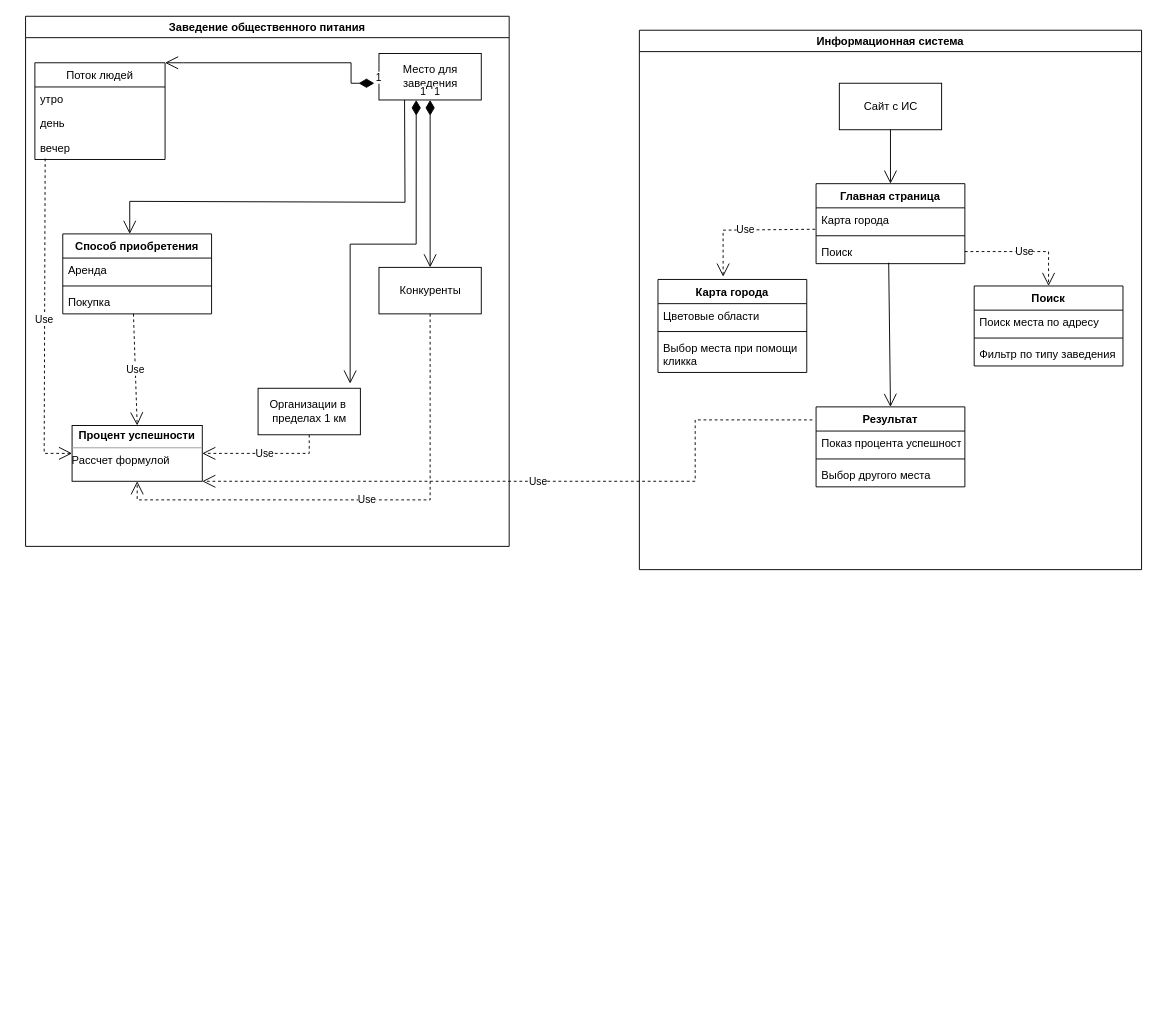
Above: Модель предметной области.drawio in elmirhismatov/Diplom (draw.io), before the change. Source tidied: cells renumbered, new cells numbered last; positions are measured from the earlier drawing's top-left corner, leaving out a move shared by most shapes. Both pictures are drawn from the tidied source at 93%, with x=0, y=0 at pixel (25, 16).
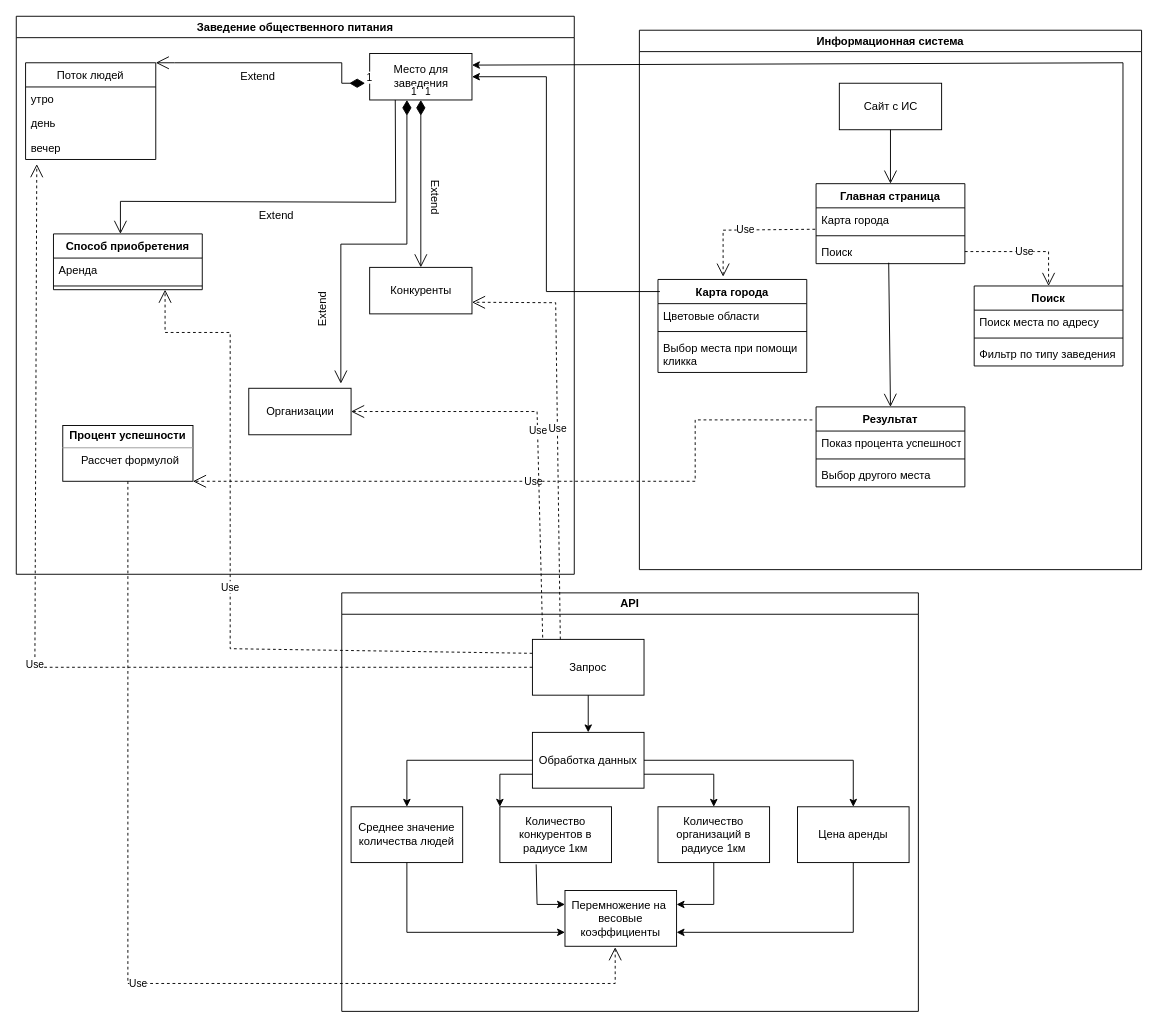
The same diagram, later.

The change refers to these unchanged cells:
```xml
<mxCell id="3" value="Место для &lt;br&gt;заведения" style="html=1;" parent="2" vertex="1">
  <mxGeometry x="380" y="40" width="110" height="50" as="geometry" />
</mxCell>
<mxCell id="7" value="вечер" style="text;strokeColor=none;fillColor=none;align=left;verticalAlign=top;spacingLeft=4;spacingRight=4;overflow=hidden;points=[[0,0.5],[1,0.5]];portConstraint=eastwest;" parent="4" vertex="1">
  <mxGeometry y="78" width="140" height="26" as="geometry" />
</mxCell>
<mxCell id="14" value="Конкуренты" style="html=1;" parent="2" vertex="1">
  <mxGeometry x="380" y="270" width="110" height="50" as="geometry" />
</mxCell>
<mxCell id="29" value="Карта города" style="swimlane;fontStyle=1;align=center;verticalAlign=top;horizontal=1;startSize=26;" parent="23" vertex="1">
  <mxGeometry x="20" y="268" width="160" height="100" as="geometry" />
</mxCell>
<mxCell id="33" value="Поиск" style="swimlane;fontStyle=1;align=center;verticalAlign=top;horizontal=1;startSize=26;" parent="23" vertex="1">
  <mxGeometry x="360" y="275" width="160" height="86" as="geometry" />
</mxCell>
```

Change to the diagram source:
```diff
@@
     <mxCell id="2" value="Заведение общественного питания" style="swimlane;fillColor=#FFFFFF;" parent="1" vertex="1">
-      <mxGeometry width="520" height="570" as="geometry" />
+      <mxGeometry x="-10" width="600" height="600" as="geometry" />
     </mxCell>
@@
     <mxCell id="8" value="Способ приобретения" style="swimlane;fontStyle=1;align=center;verticalAlign=top;horizontal=1;startSize=26;" parent="2" vertex="1">
-      <mxGeometry x="40" y="234" width="160" height="86" as="geometry" />
+      <mxGeometry x="40" y="234" width="160" height="60" as="geometry" />
     </mxCell>
@@
-    <mxCell id="11" value="Покупка" style="text;strokeColor=none;fillColor=none;align=left;verticalAlign=top;spacingLeft=4;spacingRight=4;overflow=hidden;points=[[0,0.5],[1,0.5]];portConstraint=eastwest;" parent="8" vertex="1">
-      <mxGeometry y="60" width="160" height="26" as="geometry" />
-    </mxCell>
@@
-    <mxCell id="16" value="Организации в&amp;nbsp;&lt;br&gt;пределах 1 км" style="html=1;" parent="2" vertex="1">
+    <mxCell id="16" value="Организации" style="html=1;" parent="2" vertex="1">
       <mxGeometry x="250" y="400" width="110" height="50" as="geometry" />
     </mxCell>
@@
-    <mxCell id="18" value="&lt;p style=&quot;margin:0px;margin-top:4px;text-align:center;&quot;&gt;&lt;b&gt;Процент успешности&lt;/b&gt;&lt;/p&gt;&lt;hr size=&quot;1&quot;&gt;&lt;div style=&quot;height:2px;&quot;&gt;Рассчет формулой&lt;/div&gt;" style="verticalAlign=top;align=left;overflow=fill;fontSize=12;fontFamily=Helvetica;html=1;" parent="2" vertex="1">
+    <mxCell id="18" value="&lt;p style=&quot;margin:0px;margin-top:4px;text-align:center;&quot;&gt;&lt;b&gt;Процент успешности&lt;/b&gt;&lt;/p&gt;&lt;hr size=&quot;1&quot;&gt;&lt;div style=&quot;height:2px;&quot;&gt;&amp;nbsp; &amp;nbsp; &amp;nbsp; Рассчет формулой&lt;/div&gt;" style="verticalAlign=top;align=left;overflow=fill;fontSize=12;fontFamily=Helvetica;html=1;" parent="2" vertex="1">
       <mxGeometry x="50" y="440" width="140" height="60" as="geometry" />
     </mxCell>
-    <mxCell id="19" value="Use" style="endArrow=open;endSize=12;dashed=1;html=1;rounded=0;entryX=1;entryY=0.5;entryDx=0;entryDy=0;exitX=0.5;exitY=1;exitDx=0;exitDy=0;" parent="2" edge="1" source="16" target="18">
-      <mxGeometry relative="1" as="geometry">
-        <Array as="points">
-          <mxPoint x="305" y="470" />
-        </Array>
-      </mxGeometry>
-    </mxCell>
-    <mxCell id="20" value="Use" style="endArrow=open;endSize=12;dashed=1;html=1;rounded=0;exitX=0.5;exitY=1;exitDx=0;exitDy=0;entryX=0.5;entryY=1;entryDx=0;entryDy=0;" parent="2" edge="1" source="14" target="18">
-      <mxGeometry relative="1" as="geometry">
-        <Array as="points">
-          <mxPoint x="435" y="520" />
-          <mxPoint x="120" y="520" />
-        </Array>
-      </mxGeometry>
-    </mxCell>
-    <mxCell id="21" value="Use" style="endArrow=open;endSize=12;dashed=1;html=1;rounded=0;entryX=0.5;entryY=0;entryDx=0;entryDy=0;exitX=0.475;exitY=1;exitDx=0;exitDy=0;exitPerimeter=0;" parent="2" edge="1" source="11" target="18">
-      <mxGeometry relative="1" as="geometry" />
-    </mxCell>
-    <mxCell id="22" value="Use" style="endArrow=open;endSize=12;dashed=1;html=1;rounded=0;exitX=0.079;exitY=0.962;exitDx=0;exitDy=0;exitPerimeter=0;entryX=0;entryY=0.5;entryDx=0;entryDy=0;" parent="2" edge="1" source="7" target="18">
-      <mxGeometry relative="1" as="geometry">
-        <Array as="points">
-          <mxPoint x="20" y="470" />
-        </Array>
-      </mxGeometry>
-    </mxCell>
+    <mxCell id="46" value="Extend" style="text;html=1;strokeColor=none;fillColor=none;align=center;verticalAlign=middle;whiteSpace=wrap;rounded=0;" parent="2" vertex="1">
+      <mxGeometry x="250" y="200" width="60" height="30" as="geometry" />
+    </mxCell>
+    <mxCell id="47" value="Extend" style="text;html=1;strokeColor=none;fillColor=none;align=center;verticalAlign=middle;whiteSpace=wrap;rounded=0;" parent="2" vertex="1">
+      <mxGeometry x="230" y="50" width="60" height="30" as="geometry" />
+    </mxCell>
+    <mxCell id="48" value="Extend" style="text;html=1;strokeColor=none;fillColor=none;align=center;verticalAlign=middle;whiteSpace=wrap;rounded=0;rotation=-90;" parent="2" vertex="1">
+      <mxGeometry x="300" y="300" width="60" height="30" as="geometry" />
+    </mxCell>
+    <mxCell id="49" value="Extend" style="text;html=1;strokeColor=none;fillColor=none;align=center;verticalAlign=middle;whiteSpace=wrap;rounded=0;rotation=90;" parent="2" vertex="1">
+      <mxGeometry x="420" y="180" width="60" height="30" as="geometry" />
+    </mxCell>
@@
+    <mxCell id="50" style="endArrow=classic;html=1;rounded=0;exitX=0.013;exitY=0.13;exitDx=0;exitDy=0;exitPerimeter=0;entryX=1;entryY=0.5;entryDx=0;entryDy=0;" parent="1" edge="1" source="29" target="3">
+      <mxGeometry relative="1" as="geometry">
+        <Array as="points">
+          <mxPoint x="560" y="296" />
+          <mxPoint x="560" y="65" />
+        </Array>
+      </mxGeometry>
+    </mxCell>
+    <mxCell id="51" style="endArrow=classic;html=1;rounded=0;entryX=1;entryY=0.25;entryDx=0;entryDy=0;exitX=1;exitY=0;exitDx=0;exitDy=0;" parent="1" edge="1" source="33" target="3">
+      <mxGeometry relative="1" as="geometry">
+        <Array as="points">
+          <mxPoint x="1180" y="50" />
+        </Array>
+      </mxGeometry>
+    </mxCell>
+    <mxCell id="52" value="API" style="swimlane;whiteSpace=wrap;html=1;" parent="1" vertex="1">
+      <mxGeometry x="340" y="620" width="620" height="450" as="geometry" />
+    </mxCell>
+    <mxCell id="53" value="Запрос" style="rounded=0;whiteSpace=wrap;html=1;" parent="52" vertex="1">
+      <mxGeometry x="205" y="50" width="120" height="60" as="geometry" />
+    </mxCell>
+    <mxCell id="54" value="Обработка данных" style="rounded=0;whiteSpace=wrap;html=1;" parent="52" vertex="1">
+      <mxGeometry x="205" y="150" width="120" height="60" as="geometry" />
+    </mxCell>
+    <mxCell id="55" style="endArrow=classic;html=1;rounded=0;exitX=0.5;exitY=1;exitDx=0;exitDy=0;entryX=0.5;entryY=0;entryDx=0;entryDy=0;" parent="52" edge="1" source="53" target="54">
+      <mxGeometry relative="1" as="geometry" />
+    </mxCell>
+    <mxCell id="56" value="Среднее значение&lt;br&gt;количества людей" style="rounded=0;whiteSpace=wrap;html=1;" parent="52" vertex="1">
+      <mxGeometry x="10" y="230" width="120" height="60" as="geometry" />
+    </mxCell>
+    <mxCell id="57" value="Цена аренды" style="rounded=0;whiteSpace=wrap;html=1;" parent="52" vertex="1">
+      <mxGeometry x="490" y="230" width="120" height="60" as="geometry" />
+    </mxCell>
+    <mxCell id="58" value="Количество организаций в радиусе 1км" style="rounded=0;whiteSpace=wrap;html=1;" parent="52" vertex="1">
+      <mxGeometry x="340" y="230" width="120" height="60" as="geometry" />
+    </mxCell>
+    <mxCell id="59" value="Количество конкурентов в радиусе 1км" style="rounded=0;whiteSpace=wrap;html=1;" parent="52" vertex="1">
+      <mxGeometry x="170" y="230" width="120" height="60" as="geometry" />
+    </mxCell>
+    <mxCell id="60" style="endArrow=classic;html=1;rounded=0;exitX=0;exitY=0.5;exitDx=0;exitDy=0;entryX=0.5;entryY=0;entryDx=0;entryDy=0;" parent="52" edge="1" source="54" target="56">
+      <mxGeometry relative="1" as="geometry">
+        <Array as="points">
+          <mxPoint x="70" y="180" />
+        </Array>
+      </mxGeometry>
+    </mxCell>
+    <mxCell id="61" style="endArrow=classic;html=1;rounded=0;exitX=0;exitY=0.75;exitDx=0;exitDy=0;entryX=0;entryY=0;entryDx=0;entryDy=0;" parent="52" edge="1" source="54" target="59">
+      <mxGeometry relative="1" as="geometry">
+        <Array as="points">
+          <mxPoint x="170" y="195" />
+        </Array>
+      </mxGeometry>
+    </mxCell>
+    <mxCell id="62" style="endArrow=classic;html=1;rounded=0;exitX=1;exitY=0.75;exitDx=0;exitDy=0;entryX=0.5;entryY=0;entryDx=0;entryDy=0;" parent="52" edge="1" source="54" target="58">
+      <mxGeometry relative="1" as="geometry">
+        <Array as="points">
+          <mxPoint x="400" y="195" />
+        </Array>
+      </mxGeometry>
+    </mxCell>
+    <mxCell id="63" style="endArrow=classic;html=1;rounded=0;exitX=1;exitY=0.5;exitDx=0;exitDy=0;entryX=0.5;entryY=0;entryDx=0;entryDy=0;" parent="52" edge="1" source="54" target="57">
+      <mxGeometry relative="1" as="geometry">
+        <Array as="points">
+          <mxPoint x="550" y="180" />
+        </Array>
+      </mxGeometry>
+    </mxCell>
+    <mxCell id="64" value="Перемножение на&amp;nbsp;&lt;br&gt;весовые коэффициенты" style="rounded=0;whiteSpace=wrap;html=1;" parent="52" vertex="1">
+      <mxGeometry x="240" y="320" width="120" height="60" as="geometry" />
+    </mxCell>
+    <mxCell id="65" style="endArrow=classic;html=1;rounded=0;exitX=0.5;exitY=1;exitDx=0;exitDy=0;entryX=0;entryY=0.75;entryDx=0;entryDy=0;" parent="52" edge="1" source="56" target="64">
+      <mxGeometry relative="1" as="geometry">
+        <Array as="points">
+          <mxPoint x="70" y="365" />
+        </Array>
+      </mxGeometry>
+    </mxCell>
+    <mxCell id="66" style="endArrow=classic;html=1;rounded=0;exitX=0.325;exitY=1.033;exitDx=0;exitDy=0;exitPerimeter=0;entryX=0;entryY=0.25;entryDx=0;entryDy=0;" parent="52" edge="1" source="59" target="64">
+      <mxGeometry relative="1" as="geometry">
+        <Array as="points">
+          <mxPoint x="210" y="335" />
+        </Array>
+      </mxGeometry>
+    </mxCell>
+    <mxCell id="67" style="endArrow=classic;html=1;rounded=0;exitX=0.5;exitY=1;exitDx=0;exitDy=0;entryX=1;entryY=0.25;entryDx=0;entryDy=0;" parent="52" edge="1" source="58" target="64">
+      <mxGeometry relative="1" as="geometry">
+        <Array as="points">
+          <mxPoint x="400" y="335" />
+        </Array>
+      </mxGeometry>
+    </mxCell>
+    <mxCell id="68" style="endArrow=classic;html=1;rounded=0;entryX=1;entryY=0.75;entryDx=0;entryDy=0;exitX=0.5;exitY=1;exitDx=0;exitDy=0;" parent="52" edge="1" source="57" target="64">
+      <mxGeometry relative="1" as="geometry">
+        <Array as="points">
+          <mxPoint x="550" y="365" />
+        </Array>
+      </mxGeometry>
+    </mxCell>
+    <mxCell id="69" value="Use" style="endArrow=open;endSize=12;dashed=1;html=1;rounded=0;exitX=0.5;exitY=1;exitDx=0;exitDy=0;entryX=0.45;entryY=1.017;entryDx=0;entryDy=0;entryPerimeter=0;" parent="1" edge="1" source="18" target="64">
+      <mxGeometry relative="1" as="geometry">
+        <Array as="points">
+          <mxPoint x="110" y="1040" />
+          <mxPoint x="634" y="1040" />
+        </Array>
+      </mxGeometry>
+    </mxCell>
+    <mxCell id="70" value="Use" style="endArrow=open;endSize=12;dashed=1;html=1;rounded=0;exitX=0.092;exitY=-0.033;exitDx=0;exitDy=0;exitPerimeter=0;entryX=1;entryY=0.5;entryDx=0;entryDy=0;" parent="1" edge="1" source="53" target="16">
+      <mxGeometry relative="1" as="geometry">
+        <Array as="points">
+          <mxPoint x="550" y="425" />
+        </Array>
+      </mxGeometry>
+    </mxCell>
+    <mxCell id="71" value="Use" style="endArrow=open;endSize=12;dashed=1;html=1;rounded=0;exitX=0.25;exitY=0;exitDx=0;exitDy=0;entryX=1;entryY=0.75;entryDx=0;entryDy=0;" parent="1" edge="1" source="53" target="14">
+      <mxGeometry relative="1" as="geometry">
+        <Array as="points">
+          <mxPoint x="570" y="308" />
+        </Array>
+      </mxGeometry>
+    </mxCell>
+    <mxCell id="72" value="Use" style="endArrow=open;endSize=12;dashed=1;html=1;rounded=0;exitX=0;exitY=0.25;exitDx=0;exitDy=0;entryX=0.75;entryY=1;entryDx=0;entryDy=0;" parent="1" edge="1" source="53" target="8">
+      <mxGeometry relative="1" as="geometry">
+        <Array as="points">
+          <mxPoint x="220" y="680" />
+          <mxPoint x="220" y="570" />
+          <mxPoint x="220" y="340" />
+          <mxPoint x="150" y="340" />
+        </Array>
+      </mxGeometry>
+    </mxCell>
+    <mxCell id="73" value="Use" style="endArrow=open;endSize=12;dashed=1;html=1;rounded=0;exitX=0;exitY=0.5;exitDx=0;exitDy=0;entryX=0.086;entryY=1.192;entryDx=0;entryDy=0;entryPerimeter=0;" parent="1" edge="1" source="53" target="7">
+      <mxGeometry relative="1" as="geometry">
+        <Array as="points">
+          <mxPoint x="10" y="700" />
+        </Array>
+      </mxGeometry>
+    </mxCell>
```
